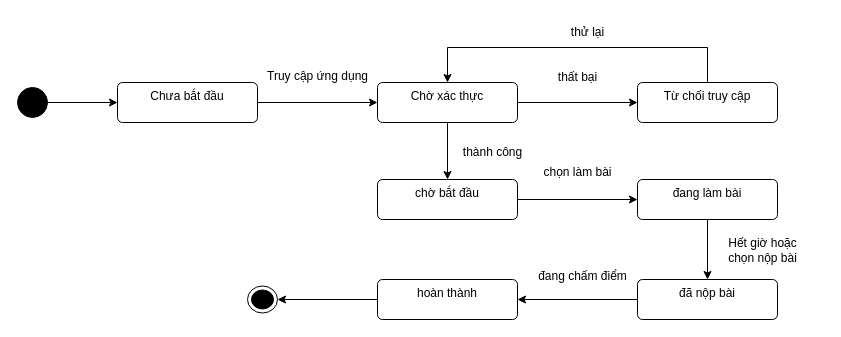
Above: Documents/draw/trang-thai/bai-thi.drawio in copecute/do-an-tot-nghiep (draw.io), before the change. Source tidied: cells renumbered, new cells numbered last; positions are measured from the earlier drawing's top-left corner, leaving out a move shared by most shapes. Both pictures are drawn from the tidied source at 100%, with x=0, y=0 at pixel (17, 17).
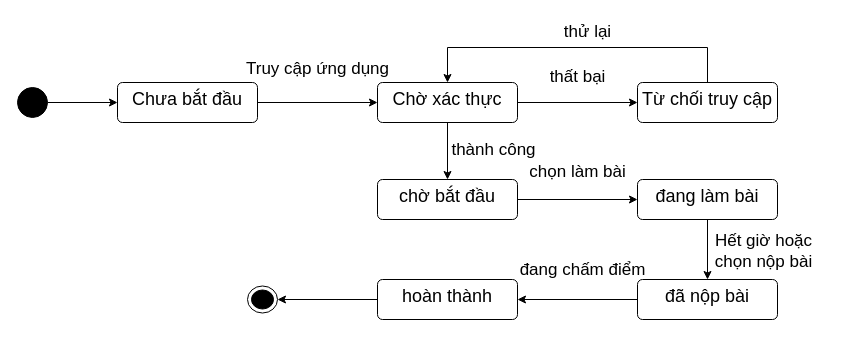
The same diagram, later.

Change to the diagram source:
```diff
@@
-    <mxCell id="2" style="edgeStyle=orthogonalEdgeStyle;rounded=0;jettySize=auto;html=1;" parent="1" edge="1" source="3" target="6">
+    <mxCell id="2" style="edgeStyle=orthogonalEdgeStyle;rounded=0;jettySize=auto;html=1;fontSize=18;" parent="1" edge="1" source="3" target="6">
       <mxGeometry relative="1" as="geometry" />
     </mxCell>
-    <mxCell id="3" value="Chưa bắt đầu" style="html=1;align=center;verticalAlign=top;rounded=1;absoluteArcSize=1;arcSize=10;dashed=0;whiteSpace=wrap;" parent="1" vertex="1">
+    <mxCell id="3" value="Chưa bắt đầu" style="html=1;align=center;verticalAlign=top;rounded=1;absoluteArcSize=1;arcSize=10;dashed=0;whiteSpace=wrap;fontSize=18;" parent="1" vertex="1">
       <mxGeometry x="100" y="65" width="140" height="40" as="geometry" />
     </mxCell>
-    <mxCell id="4" style="edgeStyle=orthogonalEdgeStyle;rounded=0;jettySize=auto;html=1;entryX=0;entryY=0.5;entryDx=0;entryDy=0;" parent="1" edge="1" source="6" target="9">
+    <mxCell id="4" style="edgeStyle=orthogonalEdgeStyle;rounded=0;jettySize=auto;html=1;entryX=0;entryY=0.5;entryDx=0;entryDy=0;fontSize=18;" parent="1" edge="1" source="6" target="9">
       <mxGeometry relative="1" as="geometry" />
     </mxCell>
-    <mxCell id="5" style="edgeStyle=orthogonalEdgeStyle;rounded=0;jettySize=auto;html=1;entryX=0.5;entryY=0;entryDx=0;entryDy=0;" parent="1" edge="1" source="6" target="12">
+    <mxCell id="5" style="edgeStyle=orthogonalEdgeStyle;rounded=0;jettySize=auto;html=1;entryX=0.5;entryY=0;entryDx=0;entryDy=0;fontSize=18;" parent="1" edge="1" source="6" target="12">
       <mxGeometry relative="1" as="geometry" />
     </mxCell>
-    <mxCell id="6" value="Chờ xác thực" style="html=1;align=center;verticalAlign=top;rounded=1;absoluteArcSize=1;arcSize=10;dashed=0;whiteSpace=wrap;" parent="1" vertex="1">
+    <mxCell id="6" value="Chờ xác thực" style="html=1;align=center;verticalAlign=top;rounded=1;absoluteArcSize=1;arcSize=10;dashed=0;whiteSpace=wrap;fontSize=18;" parent="1" vertex="1">
       <mxGeometry x="360" y="65" width="140" height="40" as="geometry" />
     </mxCell>
-    <mxCell id="7" value="Truy cập ứng dụng" style="text;html=1;align=center;verticalAlign=middle;strokeColor=none;fillColor=none;" parent="1" vertex="1">
-      <mxGeometry x="240" y="44" width="120" height="30" as="geometry" />
+    <mxCell id="7" value="Truy cập ứng dụng" style="text;html=1;align=center;verticalAlign=middle;strokeColor=none;fillColor=none;fontSize=17;" parent="1" vertex="1">
+      <mxGeometry x="215" y="37" width="170" height="30" as="geometry" />
     </mxCell>
-    <mxCell id="8" style="edgeStyle=orthogonalEdgeStyle;rounded=0;jettySize=auto;html=1;entryX=0.5;entryY=0;entryDx=0;entryDy=0;" parent="1" edge="1" source="9" target="6">
+    <mxCell id="8" style="edgeStyle=orthogonalEdgeStyle;rounded=0;jettySize=auto;html=1;entryX=0.5;entryY=0;entryDx=0;entryDy=0;fontSize=18;" parent="1" edge="1" source="9" target="6">
       <mxGeometry relative="1" as="geometry">
         <Array as="points">
           <mxPoint x="690" y="30" />
           <mxPoint x="430" y="30" />
         </Array>
       </mxGeometry>
     </mxCell>
-    <mxCell id="9" value="Từ chối truy cập" style="html=1;align=center;verticalAlign=top;rounded=1;absoluteArcSize=1;arcSize=10;dashed=0;whiteSpace=wrap;" parent="1" vertex="1">
+    <mxCell id="9" value="Từ chối truy cập" style="html=1;align=center;verticalAlign=top;rounded=1;absoluteArcSize=1;arcSize=10;dashed=0;whiteSpace=wrap;fontSize=18;" parent="1" vertex="1">
       <mxGeometry x="620" y="65" width="140" height="40" as="geometry" />
     </mxCell>
-    <mxCell id="10" value="thất bại" style="text;html=1;align=center;verticalAlign=middle;strokeColor=none;fillColor=none;" parent="1" vertex="1">
-      <mxGeometry x="530" y="45" width="60" height="30" as="geometry" />
+    <mxCell id="10" value="thất bại" style="text;html=1;align=center;verticalAlign=middle;strokeColor=none;fillColor=none;fontSize=17;" parent="1" vertex="1">
+      <mxGeometry x="520" y="45" width="80" height="30" as="geometry" />
     </mxCell>
-    <mxCell id="11" style="edgeStyle=orthogonalEdgeStyle;rounded=0;jettySize=auto;html=1;entryX=0;entryY=0.5;entryDx=0;entryDy=0;" parent="1" edge="1" source="12" target="18">
+    <mxCell id="11" style="edgeStyle=orthogonalEdgeStyle;rounded=0;jettySize=auto;html=1;entryX=0;entryY=0.5;entryDx=0;entryDy=0;fontSize=18;" parent="1" edge="1" source="12" target="18">
       <mxGeometry relative="1" as="geometry" />
     </mxCell>
-    <mxCell id="12" value="chờ bắt đầu" style="html=1;align=center;verticalAlign=top;rounded=1;absoluteArcSize=1;arcSize=10;dashed=0;whiteSpace=wrap;" parent="1" vertex="1">
+    <mxCell id="12" value="chờ bắt đầu" style="html=1;align=center;verticalAlign=top;rounded=1;absoluteArcSize=1;arcSize=10;dashed=0;whiteSpace=wrap;fontSize=18;" parent="1" vertex="1">
       <mxGeometry x="360" y="162" width="140" height="40" as="geometry" />
     </mxCell>
-    <mxCell id="13" value="thành công" style="text;html=1;align=center;verticalAlign=middle;strokeColor=none;fillColor=none;" parent="1" vertex="1">
-      <mxGeometry x="435" y="120" width="80" height="30" as="geometry" />
+    <mxCell id="13" value="thành công" style="text;html=1;align=center;verticalAlign=middle;strokeColor=none;fillColor=none;fontSize=17;" parent="1" vertex="1">
+      <mxGeometry x="421" y="118" width="110" height="30" as="geometry" />
     </mxCell>
-    <mxCell id="14" style="ellipse;html=1;shape=endState;fillColor=strokeColor;" parent="1" vertex="1">
+    <mxCell id="14" style="ellipse;html=1;shape=endState;fillColor=strokeColor;fontSize=18;" parent="1" vertex="1">
       <mxGeometry x="230" y="268.5" width="30" height="27" as="geometry" />
     </mxCell>
-    <mxCell id="15" style="edgeStyle=orthogonalEdgeStyle;rounded=0;jettySize=auto;html=1;entryX=0;entryY=0.5;entryDx=0;entryDy=0;" parent="1" edge="1" source="16" target="3">
+    <mxCell id="15" style="edgeStyle=orthogonalEdgeStyle;rounded=0;jettySize=auto;html=1;entryX=0;entryY=0.5;entryDx=0;entryDy=0;fontSize=18;" parent="1" edge="1" source="16" target="3">
       <mxGeometry relative="1" as="geometry" />
     </mxCell>
-    <mxCell id="16" style="ellipse;fillColor=strokeColor;html=1;" parent="1" vertex="1">
+    <mxCell id="16" style="ellipse;fillColor=strokeColor;html=1;fontSize=18;" parent="1" vertex="1">
       <mxGeometry y="70" width="30" height="30" as="geometry" />
     </mxCell>
-    <mxCell id="17" style="edgeStyle=orthogonalEdgeStyle;rounded=0;jettySize=auto;html=1;entryX=0.5;entryY=0;entryDx=0;entryDy=0;" parent="1" edge="1" source="18" target="22">
+    <mxCell id="17" style="edgeStyle=orthogonalEdgeStyle;rounded=0;jettySize=auto;html=1;entryX=0.5;entryY=0;entryDx=0;entryDy=0;fontSize=18;" parent="1" edge="1" source="18" target="22">
       <mxGeometry relative="1" as="geometry" />
     </mxCell>
-    <mxCell id="18" value="đang làm bài" style="html=1;align=center;verticalAlign=top;rounded=1;absoluteArcSize=1;arcSize=10;dashed=0;whiteSpace=wrap;" parent="1" vertex="1">
+    <mxCell id="18" value="đang làm bài" style="html=1;align=center;verticalAlign=top;rounded=1;absoluteArcSize=1;arcSize=10;dashed=0;whiteSpace=wrap;fontSize=18;" parent="1" vertex="1">
       <mxGeometry x="620" y="162" width="140" height="40" as="geometry" />
     </mxCell>
-    <mxCell id="19" value="chọn làm bài" style="text;html=1;align=center;verticalAlign=middle;strokeColor=none;fillColor=none;" parent="1" vertex="1">
-      <mxGeometry x="515" y="140" width="90" height="30" as="geometry" />
+    <mxCell id="19" value="chọn làm bài" style="text;html=1;align=center;verticalAlign=middle;strokeColor=none;fillColor=none;fontSize=17;" parent="1" vertex="1">
+      <mxGeometry x="500" y="140" width="120" height="30" as="geometry" />
     </mxCell>
-    <mxCell id="20" value="thử lại" style="text;html=1;align=center;verticalAlign=middle;strokeColor=none;fillColor=none;" parent="1" vertex="1">
-      <mxGeometry x="540" width="60" height="30" as="geometry" />
+    <mxCell id="20" value="thử lại" style="text;html=1;align=center;verticalAlign=middle;strokeColor=none;fillColor=none;fontSize=17;" parent="1" vertex="1">
+      <mxGeometry x="535" width="70" height="30" as="geometry" />
     </mxCell>
-    <mxCell id="21" style="edgeStyle=orthogonalEdgeStyle;rounded=0;jettySize=auto;html=1;entryX=1;entryY=0.5;entryDx=0;entryDy=0;" parent="1" edge="1" source="22" target="25">
+    <mxCell id="21" style="edgeStyle=orthogonalEdgeStyle;rounded=0;jettySize=auto;html=1;entryX=1;entryY=0.5;entryDx=0;entryDy=0;fontSize=18;" parent="1" edge="1" source="22" target="25">
       <mxGeometry relative="1" as="geometry" />
     </mxCell>
-    <mxCell id="22" value="đã nộp bài" style="html=1;align=center;verticalAlign=top;rounded=1;absoluteArcSize=1;arcSize=10;dashed=0;whiteSpace=wrap;" parent="1" vertex="1">
+    <mxCell id="22" value="đã nộp bài" style="html=1;align=center;verticalAlign=top;rounded=1;absoluteArcSize=1;arcSize=10;dashed=0;whiteSpace=wrap;fontSize=18;" parent="1" vertex="1">
       <mxGeometry x="620" y="262" width="140" height="40" as="geometry" />
     </mxCell>
-    <mxCell id="23" value="Hết giờ hoặc&lt;div&gt;chọn nộp bài&lt;/div&gt;" style="text;html=1;align=center;verticalAlign=middle;strokeColor=none;fillColor=none;" parent="1" vertex="1">
-      <mxGeometry x="700" y="213" width="90" height="40" as="geometry" />
+    <mxCell id="23" value="Hết giờ hoặc&lt;div&gt;chọn nộp bài&lt;/div&gt;" style="text;html=1;align=center;verticalAlign=middle;strokeColor=none;fillColor=none;fontSize=17;" parent="1" vertex="1">
+      <mxGeometry x="686" y="209" width="120" height="50" as="geometry" />
     </mxCell>
-    <mxCell id="24" style="edgeStyle=orthogonalEdgeStyle;rounded=0;jettySize=auto;html=1;entryX=1;entryY=0.5;entryDx=0;entryDy=0;" parent="1" edge="1" source="25" target="14">
+    <mxCell id="24" style="edgeStyle=orthogonalEdgeStyle;rounded=0;jettySize=auto;html=1;entryX=1;entryY=0.5;entryDx=0;entryDy=0;fontSize=18;" parent="1" edge="1" source="25" target="14">
       <mxGeometry relative="1" as="geometry" />
     </mxCell>
-    <mxCell id="25" value="hoàn thành" style="html=1;align=center;verticalAlign=top;rounded=1;absoluteArcSize=1;arcSize=10;dashed=0;whiteSpace=wrap;" parent="1" vertex="1">
+    <mxCell id="25" value="hoàn thành" style="html=1;align=center;verticalAlign=top;rounded=1;absoluteArcSize=1;arcSize=10;dashed=0;whiteSpace=wrap;fontSize=18;" parent="1" vertex="1">
       <mxGeometry x="360" y="262" width="140" height="40" as="geometry" />
     </mxCell>
-    <mxCell id="26" value="đang chấm điểm" style="text;html=1;align=center;verticalAlign=middle;strokeColor=none;fillColor=none;" parent="1" vertex="1">
-      <mxGeometry x="510" y="244" width="110" height="30" as="geometry" />
+    <mxCell id="26" value="đang chấm điểm" style="text;html=1;align=center;verticalAlign=middle;strokeColor=none;fillColor=none;fontSize=17;" parent="1" vertex="1">
+      <mxGeometry x="490" y="238" width="150" height="30" as="geometry" />
     </mxCell>
```
